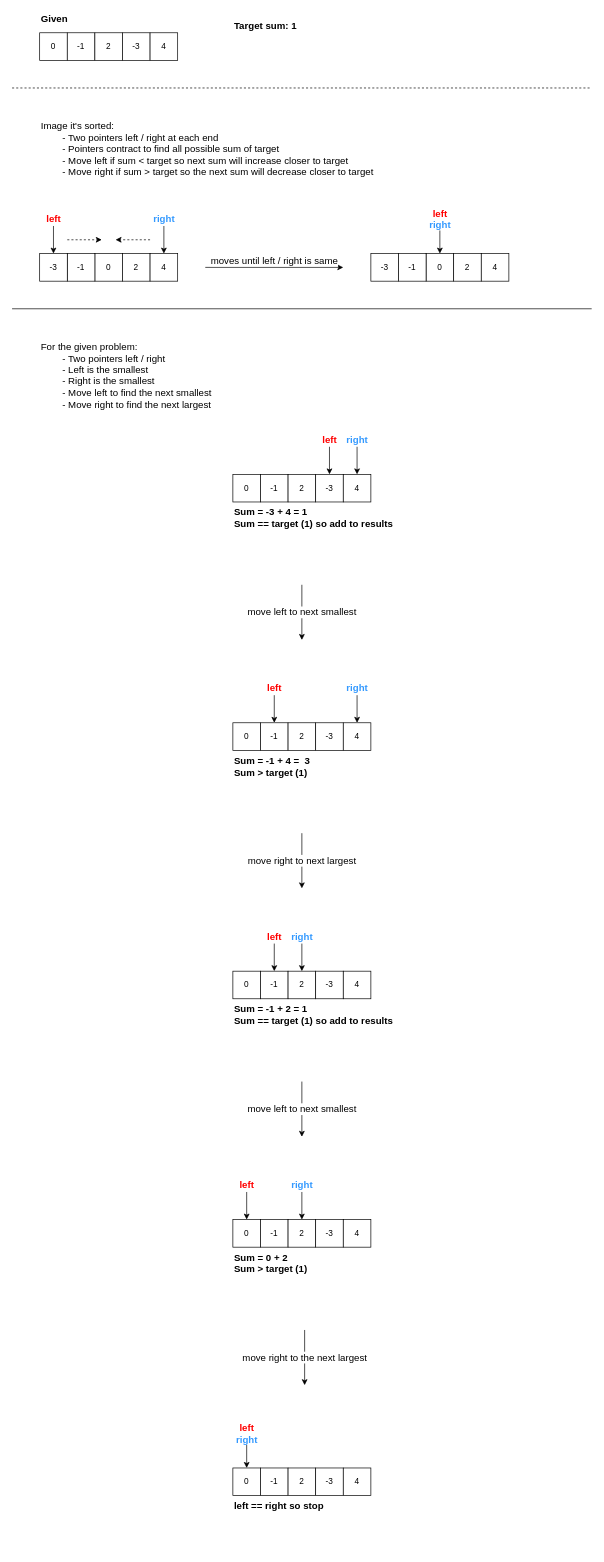
moredrowsy/leetcode keeps this draw.io diagram as page "Page-1" (1 of 3) of 1879-two-sum-vii.drawio. Above is the earlier version. Source tidied: cells renumbered, new cells numbered last; positions are measured from the earlier drawing's top-left corner, leaving out a move shared by most shapes. Both pictures are drawn from the tidied source at 69%, with x=0, y=0 at pixel (12, 12).
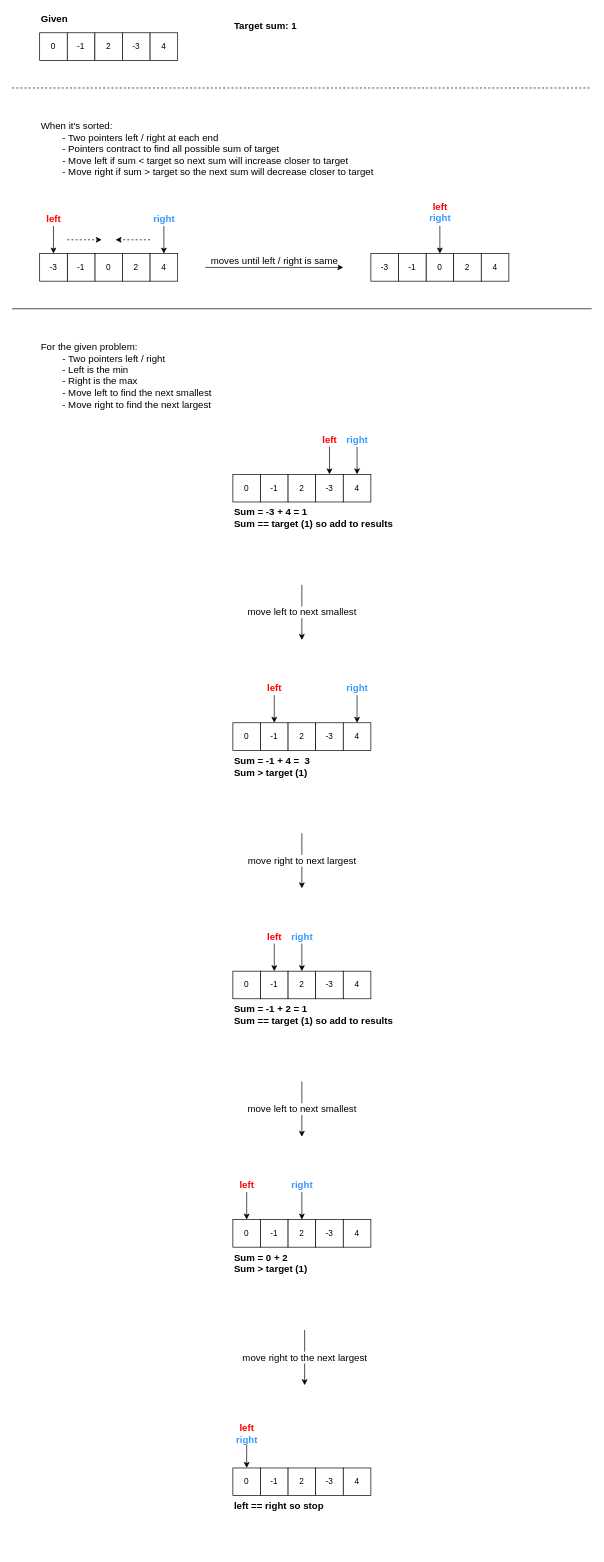
The same page after the edit.

Commit message:
Fixed 1879 two sum vii drawio

The change refers to these unchanged cells:
```xml
<mxCell id="18" value="0" style="rounded=0;whiteSpace=wrap;html=1;" parent="1" vertex="1">
  <mxGeometry x="600" y="350" width="40" height="40" as="geometry" />
</mxCell>
```

Change to the diagram source:
```diff
@@
-    <mxCell id="13" value="&lt;span&gt;Image it's sorted:&lt;br&gt;&lt;span style=&quot;white-space: pre&quot;&gt;&#9;&lt;/span&gt;- Two pointers left / right at each end&lt;br&gt;&lt;span style=&quot;white-space: pre&quot;&gt;&#9;&lt;/span&gt;- Pointers contract to find all possible sum of target&lt;br&gt;&lt;span style=&quot;white-space: pre&quot;&gt;&#9;&lt;/span&gt;- Move left if sum &amp;lt; target so next sum will increase closer to target&lt;br&gt;&lt;span style=&quot;white-space: pre&quot;&gt;&#9;&lt;/span&gt;- Move right if sum &amp;gt; target so the next sum will decrease closer to target&amp;nbsp;&lt;/span&gt;" style="text;html=1;strokeColor=none;fillColor=none;align=left;verticalAlign=top;whiteSpace=wrap;rounded=0;fontStyle=0;fontSize=14;spacingTop=0;" parent="1" vertex="1">
+    <mxCell id="13" value="&lt;span&gt;When it's sorted:&lt;br&gt;&lt;span style=&quot;white-space: pre&quot;&gt;&#9;&lt;/span&gt;- Two pointers left / right at each end&lt;br&gt;&lt;span style=&quot;white-space: pre&quot;&gt;&#9;&lt;/span&gt;- Pointers contract to find all possible sum of target&lt;br&gt;&lt;span style=&quot;white-space: pre&quot;&gt;&#9;&lt;/span&gt;- Move left if sum &amp;lt; target so next sum will increase closer to target&lt;br&gt;&lt;span style=&quot;white-space: pre&quot;&gt;&#9;&lt;/span&gt;- Move right if sum &amp;gt; target so the next sum will decrease closer to target&amp;nbsp;&lt;/span&gt;" style="text;html=1;strokeColor=none;fillColor=none;align=left;verticalAlign=top;whiteSpace=wrap;rounded=0;fontStyle=0;fontSize=14;spacingTop=0;" parent="1" vertex="1">
       <mxGeometry x="40" y="150" width="800" height="120" as="geometry" />
     </mxCell>
@@
     <mxCell id="23" value="&lt;font color=&quot;#ff0000&quot;&gt;left&lt;/font&gt;&lt;br&gt;&lt;font color=&quot;#3399ff&quot;&gt;right&lt;/font&gt;" style="endArrow=classic;html=1;entryX=0.5;entryY=0;entryDx=0;entryDy=0;fontStyle=1;fontSize=14;" parent="1" edge="1" target="18">
-      <mxGeometry x="-1" y="-10" relative="1" as="geometry">
+      <mxGeometry x="-1" y="-20" relative="1" as="geometry">
         <mxPoint x="620" y="310" as="sourcePoint" />
-        <mxPoint x="10" y="-10" as="offset" />
+        <mxPoint x="20" y="-20" as="offset" />
       </mxGeometry>
     </mxCell>
@@
-    <mxCell id="25" value="For the given problem:&lt;br&gt;&lt;span style=&quot;white-space: pre&quot;&gt;&#9;&lt;/span&gt;- Two pointers left / right&lt;br&gt;&lt;span style=&quot;white-space: pre&quot;&gt;&#9;&lt;/span&gt;- Left is the smallest&lt;br&gt;&lt;span style=&quot;white-space: pre&quot;&gt;&#9;&lt;/span&gt;- Right is the smallest&lt;br&gt;&lt;span style=&quot;white-space: pre&quot;&gt;&#9;&lt;/span&gt;- Move left to find the next smallest&lt;br&gt;&lt;span style=&quot;white-space: pre&quot;&gt;&#9;&lt;/span&gt;- Move right to find the next largest" style="text;html=1;strokeColor=none;fillColor=none;align=left;verticalAlign=top;whiteSpace=wrap;rounded=0;fontStyle=0;fontSize=14;" parent="1" vertex="1">
+    <mxCell id="25" value="For the given problem:&lt;br&gt;&lt;span style=&quot;white-space: pre&quot;&gt;&#9;&lt;/span&gt;- Two pointers left / right&lt;br&gt;&lt;span style=&quot;white-space: pre&quot;&gt;&#9;&lt;/span&gt;- Left is the min&lt;br&gt;&lt;span style=&quot;white-space: pre&quot;&gt;&#9;&lt;/span&gt;- Right is the max&lt;br&gt;&lt;span style=&quot;white-space: pre&quot;&gt;&#9;&lt;/span&gt;- Move left to find the next smallest&lt;br&gt;&lt;span style=&quot;white-space: pre&quot;&gt;&#9;&lt;/span&gt;- Move right to find the next largest" style="text;html=1;strokeColor=none;fillColor=none;align=left;verticalAlign=top;whiteSpace=wrap;rounded=0;fontStyle=0;fontSize=14;" parent="1" vertex="1">
       <mxGeometry x="40" y="470" width="480" height="120" as="geometry" />
     </mxCell>
```
